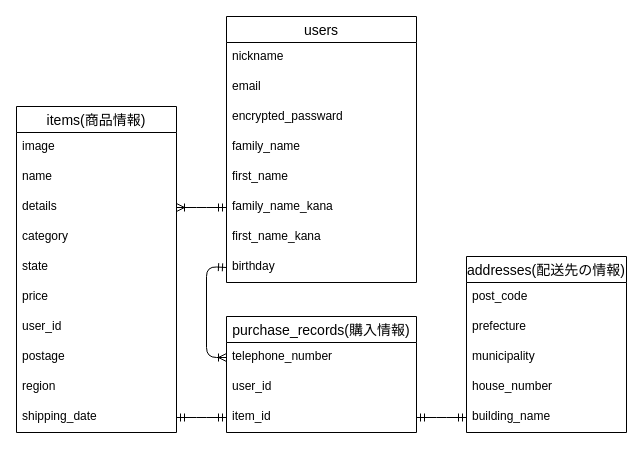
Earlier version of the draw.io diagram test.dio (suzu1996ko/furima-40241). Source tidied: cells renumbered, new cells numbered last; positions are measured from the earlier drawing's top-left corner, leaving out a move shared by most shapes. Both pictures are drawn from the tidied source at 100%, with x=0, y=0 at pixel (16, 6).
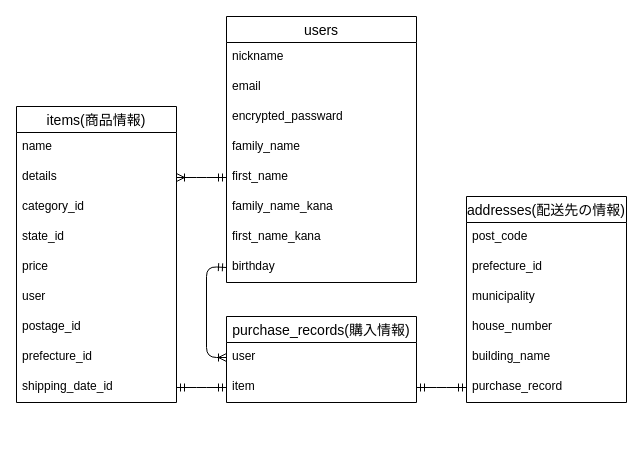
The same page after the edit.

Commit message (it also covers changes not shown here):
データベース修正2

The change refers to these unchanged cells:
```xml
<mxCell id="8" value="first_name" style="text;strokeColor=none;fillColor=none;spacingLeft=4;spacingRight=4;overflow=hidden;points=[[0,0.5],[1,0.5]];portConstraint=eastwest;fontSize=12;align=left;horizontal=1;verticalAlign=top;" parent="3" vertex="1">
  <mxGeometry y="146" width="190" height="30" as="geometry" />
</mxCell>
<mxCell id="9" value="family_name_kana" style="text;strokeColor=none;fillColor=none;spacingLeft=4;spacingRight=4;overflow=hidden;points=[[0,0.5],[1,0.5]];portConstraint=eastwest;fontSize=12;align=left;horizontal=1;verticalAlign=top;" parent="3" vertex="1">
  <mxGeometry y="176" width="190" height="30" as="geometry" />
</mxCell>
<mxCell id="11" value="birthday" style="text;strokeColor=none;fillColor=none;spacingLeft=4;spacingRight=4;overflow=hidden;points=[[0,0.5],[1,0.5]];portConstraint=eastwest;fontSize=12;align=left;horizontal=1;verticalAlign=top;" parent="3" vertex="1">
  <mxGeometry y="236" width="190" height="30" as="geometry" />
</mxCell>
<mxCell id="32" value="building_name" style="text;strokeColor=none;fillColor=none;spacingLeft=4;spacingRight=4;overflow=hidden;points=[[0,0.5],[1,0.5]];portConstraint=eastwest;fontSize=12;" parent="27" vertex="1">
  <mxGeometry y="146" width="160" height="30" as="geometry" />
</mxCell>
```

The edit, as a diff of the source:
```diff
@@
     <mxCell id="12" value="items(商品情報)" style="swimlane;fontStyle=0;horizontal=1;startSize=26;align=center;fontSize=14;" parent="1" vertex="1">
-      <mxGeometry y="100" width="160" height="326" as="geometry" />
+      <mxGeometry y="100" width="160" height="296" as="geometry" />
     </mxCell>
-    <mxCell id="13" value="image" style="text;strokeColor=none;fillColor=none;spacingLeft=4;spacingRight=4;overflow=hidden;fontSize=12;" parent="12" vertex="1">
-      <mxGeometry y="26" width="160" height="30" as="geometry" />
-    </mxCell>
     <mxCell id="14" value="name" style="text;strokeColor=none;fillColor=none;spacingLeft=4;spacingRight=4;overflow=hidden;fontSize=12;" parent="12" vertex="1">
-      <mxGeometry y="56" width="160" height="30" as="geometry" />
+      <mxGeometry y="26" width="160" height="30" as="geometry" />
     </mxCell>
     <mxCell id="15" value="details" style="text;strokeColor=none;fillColor=none;spacingLeft=4;spacingRight=4;overflow=hidden;points=[[0,0.5],[1,0.5]];portConstraint=eastwest;fontSize=12;" parent="12" vertex="1">
-      <mxGeometry y="86" width="160" height="30" as="geometry" />
+      <mxGeometry y="56" width="160" height="30" as="geometry" />
     </mxCell>
-    <mxCell id="16" value="category" style="text;strokeColor=none;fillColor=none;spacingLeft=4;spacingRight=4;overflow=hidden;fontSize=12;" parent="12" vertex="1">
-      <mxGeometry y="116" width="160" height="30" as="geometry" />
+    <mxCell id="16" value="category_id" style="text;strokeColor=none;fillColor=none;spacingLeft=4;spacingRight=4;overflow=hidden;fontSize=12;" parent="12" vertex="1">
+      <mxGeometry y="86" width="160" height="30" as="geometry" />
     </mxCell>
-    <mxCell id="17" value="state" style="text;strokeColor=none;fillColor=none;spacingLeft=4;spacingRight=4;overflow=hidden;fontSize=12;" parent="12" vertex="1">
-      <mxGeometry y="146" width="160" height="30" as="geometry" />
+    <mxCell id="17" value="state_id" style="text;strokeColor=none;fillColor=none;spacingLeft=4;spacingRight=4;overflow=hidden;fontSize=12;" parent="12" vertex="1">
+      <mxGeometry y="116" width="160" height="30" as="geometry" />
     </mxCell>
     <mxCell id="18" value="price" style="text;strokeColor=none;fillColor=none;spacingLeft=4;spacingRight=4;overflow=hidden;fontSize=12;" parent="12" vertex="1">
-      <mxGeometry y="176" width="160" height="30" as="geometry" />
+      <mxGeometry y="146" width="160" height="30" as="geometry" />
     </mxCell>
-    <mxCell id="19" value="user_id" style="text;strokeColor=none;fillColor=none;spacingLeft=4;spacingRight=4;overflow=hidden;fontSize=12;" parent="12" vertex="1">
-      <mxGeometry y="206" width="160" height="30" as="geometry" />
+    <mxCell id="19" value="user" style="text;strokeColor=none;fillColor=none;spacingLeft=4;spacingRight=4;overflow=hidden;fontSize=12;" parent="12" vertex="1">
+      <mxGeometry y="176" width="160" height="30" as="geometry" />
     </mxCell>
-    <mxCell id="20" value="postage" style="text;strokeColor=none;fillColor=none;spacingLeft=4;spacingRight=4;overflow=hidden;fontSize=12;" parent="12" vertex="1">
-      <mxGeometry y="236" width="160" height="30" as="geometry" />
+    <mxCell id="20" value="postage_id" style="text;strokeColor=none;fillColor=none;spacingLeft=4;spacingRight=4;overflow=hidden;fontSize=12;" parent="12" vertex="1">
+      <mxGeometry y="206" width="160" height="30" as="geometry" />
     </mxCell>
-    <mxCell id="21" value="region" style="text;strokeColor=none;fillColor=none;spacingLeft=4;spacingRight=4;overflow=hidden;fontSize=12;" parent="12" vertex="1">
-      <mxGeometry y="266" width="160" height="30" as="geometry" />
+    <mxCell id="21" value="prefecture_id" style="text;strokeColor=none;fillColor=none;spacingLeft=4;spacingRight=4;overflow=hidden;fontSize=12;" parent="12" vertex="1">
+      <mxGeometry y="236" width="160" height="30" as="geometry" />
     </mxCell>
-    <mxCell id="22" value="shipping_date" style="text;strokeColor=none;fillColor=none;spacingLeft=4;spacingRight=4;overflow=hidden;points=[[0,0.5],[1,0.5]];portConstraint=eastwest;fontSize=12;" parent="12" vertex="1">
-      <mxGeometry y="296" width="160" height="30" as="geometry" />
+    <mxCell id="22" value="shipping_date_id" style="text;strokeColor=none;fillColor=none;spacingLeft=4;spacingRight=4;overflow=hidden;points=[[0,0.5],[1,0.5]];portConstraint=eastwest;fontSize=12;" parent="12" vertex="1">
+      <mxGeometry y="266" width="160" height="30" as="geometry" />
     </mxCell>
     <mxCell id="23" value="purchase_records(購入情報)" style="swimlane;fontStyle=0;horizontal=1;startSize=26;align=center;fontSize=14;" parent="1" vertex="1">
-      <mxGeometry x="210" y="310" width="190" height="116" as="geometry" />
+      <mxGeometry x="210" y="310" width="190" height="86" as="geometry" />
     </mxCell>
-    <mxCell id="24" value="telephone_number" style="text;strokeColor=none;fillColor=none;spacingLeft=4;spacingRight=4;overflow=hidden;points=[[0,0.5],[1,0.5]];portConstraint=eastwest;fontSize=12;" parent="23" vertex="1">
-      <mxGeometry y="26" width="190" height="30" as="geometry" />
-    </mxCell>
-    <mxCell id="25" value="user_id" style="text;strokeColor=none;fillColor=none;spacingLeft=4;spacingRight=4;overflow=hidden;fontSize=12;" parent="23" vertex="1">
-      <mxGeometry y="56" width="190" height="30" as="geometry" />
+    <mxCell id="25" value="user" style="text;strokeColor=none;fillColor=none;spacingLeft=4;spacingRight=4;overflow=hidden;fontSize=12;" parent="23" vertex="1">
+      <mxGeometry y="26" width="190" height="30" as="geometry" />
     </mxCell>
-    <mxCell id="26" value="item_id" style="text;strokeColor=none;fillColor=none;spacingLeft=4;spacingRight=4;overflow=hidden;points=[[0,0.5],[1,0.5]];portConstraint=eastwest;fontSize=12;" parent="23" vertex="1">
-      <mxGeometry y="86" width="190" height="30" as="geometry" />
+    <mxCell id="26" value="item" style="text;strokeColor=none;fillColor=none;spacingLeft=4;spacingRight=4;overflow=hidden;points=[[0,0.5],[1,0.5]];portConstraint=eastwest;fontSize=12;" parent="23" vertex="1">
+      <mxGeometry y="56" width="190" height="30" as="geometry" />
     </mxCell>
     <mxCell id="27" value="addresses(配送先の情報)" style="swimlane;fontStyle=0;horizontal=1;startSize=26;align=center;fontSize=14;" parent="1" vertex="1">
-      <mxGeometry x="450" y="250" width="160" height="176" as="geometry" />
+      <mxGeometry x="450" y="190" width="160" height="206" as="geometry" />
     </mxCell>
@@
-    <mxCell id="29" value="prefecture" style="text;strokeColor=none;fillColor=none;spacingLeft=4;spacingRight=4;overflow=hidden;fontSize=12;" parent="27" vertex="1">
+    <mxCell id="29" value="prefecture_id" style="text;strokeColor=none;fillColor=none;spacingLeft=4;spacingRight=4;overflow=hidden;fontSize=12;" parent="27" vertex="1">
       <mxGeometry y="56" width="160" height="30" as="geometry" />
     </mxCell>
@@
+    <mxCell id="37" value="purchase_record" style="text;strokeColor=none;fillColor=none;spacingLeft=4;spacingRight=4;overflow=hidden;points=[[0,0.5],[1,0.5]];portConstraint=eastwest;fontSize=12;" parent="27" vertex="1">
+      <mxGeometry y="176" width="160" height="30" as="geometry" />
+    </mxCell>
@@
-    <mxCell id="34" style="edgeStyle=entityRelationEdgeStyle;fontSize=12;html=1;endArrow=ERmandOne;startArrow=ERmandOne;entryX=0;entryY=0.5;entryDx=0;entryDy=0;exitX=1;exitY=0.5;exitDx=0;exitDy=0;" parent="1" edge="1" source="26" target="32">
+    <mxCell id="34" style="edgeStyle=entityRelationEdgeStyle;fontSize=12;html=1;endArrow=ERmandOne;startArrow=ERmandOne;exitX=1;exitY=0.5;exitDx=0;exitDy=0;" parent="1" edge="1" source="26" target="37">
       <mxGeometry relative="1" as="geometry" />
     </mxCell>
-    <mxCell id="35" style="fontSize=12;html=1;endArrow=ERoneToMany;startArrow=ERmandOne;exitX=0;exitY=0.5;exitDx=0;exitDy=0;entryX=0;entryY=0.5;entryDx=0;entryDy=0;" parent="1" edge="1" source="11" target="24">
+    <mxCell id="35" style="fontSize=12;html=1;endArrow=ERoneToMany;startArrow=ERmandOne;exitX=0;exitY=0.5;exitDx=0;exitDy=0;entryX=0;entryY=0.5;entryDx=0;entryDy=0;" parent="1" edge="1" source="11">
       <mxGeometry relative="1" as="geometry">
+        <mxPoint x="210" y="351" as="targetPoint" />
         <Array as="points">
           <mxPoint x="190" y="260" />
           <mxPoint x="190" y="351" />
         </Array>
       </mxGeometry>
     </mxCell>
-    <mxCell id="36" style="edgeStyle=entityRelationEdgeStyle;fontSize=12;html=1;endArrow=ERoneToMany;startArrow=ERmandOne;entryX=1;entryY=0.5;entryDx=0;entryDy=0;exitX=0;exitY=0.5;exitDx=0;exitDy=0;" parent="1" edge="1" source="9" target="15">
+    <mxCell id="36" style="edgeStyle=entityRelationEdgeStyle;fontSize=12;html=1;endArrow=ERoneToMany;startArrow=ERmandOne;entryX=1;entryY=0.5;entryDx=0;entryDy=0;exitX=0;exitY=0.5;exitDx=0;exitDy=0;" parent="1" edge="1" source="8" target="15">
       <mxGeometry relative="1" as="geometry" />
     </mxCell>
```
